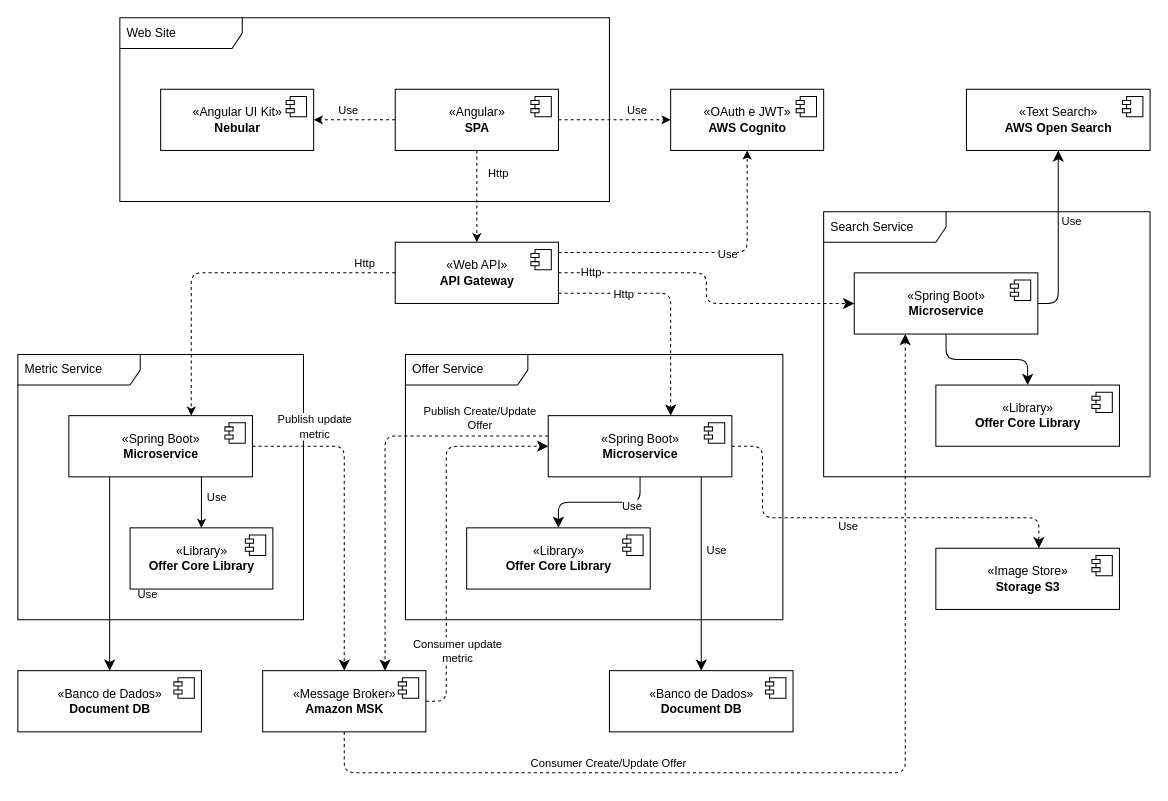
Earlier version of the draw.io diagram diagrama-componente.drawio (nelsonjunior/offer-documentacao). Source tidied: cells renumbered, new cells numbered last; positions are measured from the earlier drawing's top-left corner, leaving out a move shared by most shapes. Both pictures are drawn from the tidied source at 102%, with x=0, y=0 at pixel (17, 17).
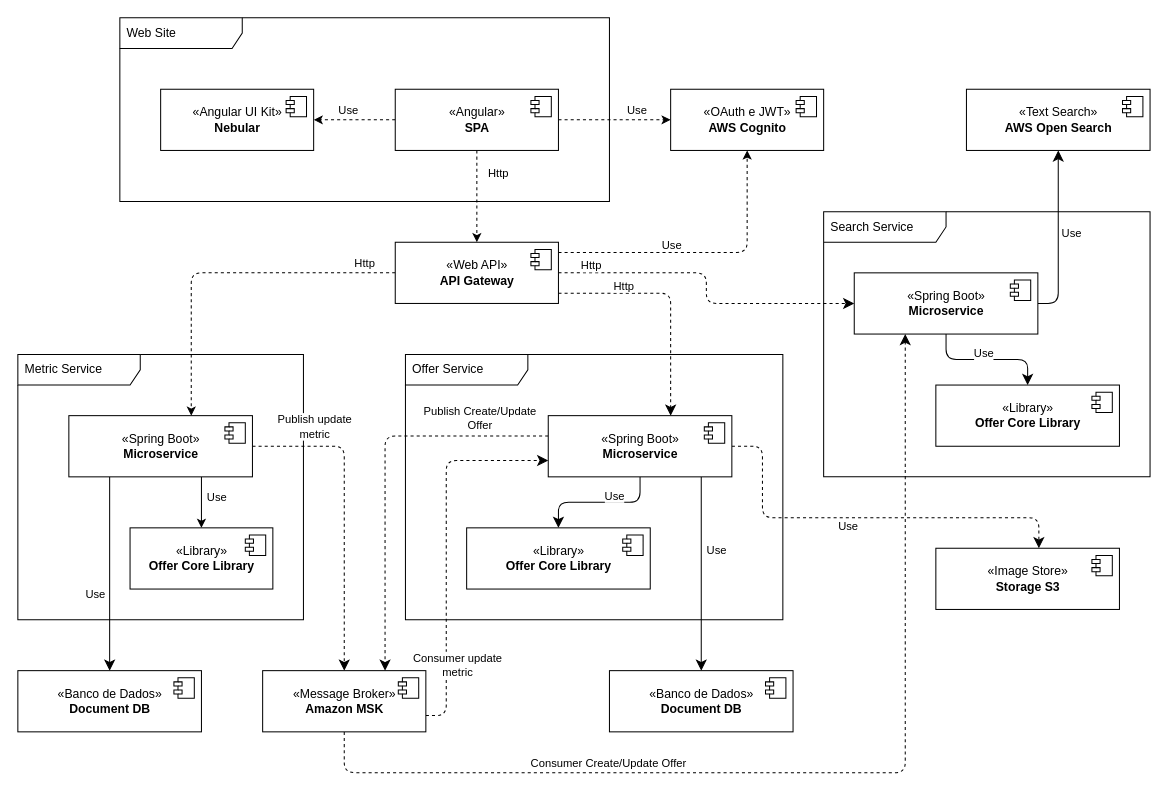
After the change.

Commit message (it also covers changes not shown here):
Ajuste diagrama de contexto

The change refers to these unchanged cells:
```xml
<mxCell id="15" style="edgeStyle=orthogonalEdgeStyle;html=1;dashed=1;" parent="1" edge="1" source="23" target="13">
  <mxGeometry relative="1" as="geometry">
    <Array as="points">
      <mxPoint x="715" y="230" />
    </Array>
  </mxGeometry>
</mxCell>
<mxCell id="19" style="edgeStyle=orthogonalEdgeStyle;html=1;endArrow=classic;endFill=1;endSize=8;dashed=1;" parent="1" edge="1" source="23" target="53">
  <mxGeometry relative="1" as="geometry">
    <Array as="points">
      <mxPoint x="640" y="270" />
    </Array>
  </mxGeometry>
</mxCell>
<mxCell id="21" style="edgeStyle=orthogonalEdgeStyle;html=1;endArrow=classic;endFill=1;endSize=8;dashed=1;" parent="1" edge="1" source="23" target="63">
  <mxGeometry relative="1" as="geometry" />
</mxCell>
<mxCell id="30" style="edgeStyle=orthogonalEdgeStyle;html=1;endArrow=classic;endFill=1;endSize=8;" parent="1" edge="1" source="32" target="42">
  <mxGeometry relative="1" as="geometry">
    <Array as="points">
      <mxPoint x="90" y="470" />
      <mxPoint x="90" y="470" />
    </Array>
  </mxGeometry>
</mxCell>
<mxCell id="40" value="«Message Broker»&lt;br&gt;&lt;b&gt;Amazon MSK&lt;/b&gt;" style="html=1;" parent="1" vertex="1">
  <mxGeometry x="240" y="640" width="160" height="60" as="geometry" />
</mxCell>
<mxCell id="45" style="edgeStyle=orthogonalEdgeStyle;html=1;endArrow=classic;endFill=1;endSize=8;" parent="1" edge="1" source="53" target="55">
  <mxGeometry relative="1" as="geometry" />
</mxCell>
<mxCell id="53" value="«Spring Boot»&lt;br&gt;&lt;b&gt;Microservice&lt;/b&gt;" style="html=1;" parent="1" vertex="1">
  <mxGeometry x="520" y="390" width="180" height="60" as="geometry" />
</mxCell>
<mxCell id="60" style="edgeStyle=orthogonalEdgeStyle;html=1;endArrow=classic;endFill=1;endSize=8;" parent="1" edge="1" source="63" target="67">
  <mxGeometry relative="1" as="geometry">
    <Array as="points">
      <mxPoint x="1020" y="280" />
    </Array>
  </mxGeometry>
</mxCell>
<mxCell id="62" style="edgeStyle=orthogonalEdgeStyle;html=1;endArrow=classic;endFill=1;endSize=8;" parent="1" edge="1" source="63" target="65">
  <mxGeometry relative="1" as="geometry" />
</mxCell>
```

What changed in the source:
```diff
@@
     <mxCell id="16" value="Use" style="edgeLabel;html=1;align=center;verticalAlign=middle;" parent="15" vertex="1">
       <mxGeometry x="0.16" y="-2" relative="1" as="geometry">
-        <mxPoint y="-1" as="offset" />
+        <mxPoint x="-55" y="-10" as="offset" />
       </mxGeometry>
     </mxCell>
@@
     <mxCell id="20" value="Http" style="edgeLabel;html=1;align=center;verticalAlign=middle;" parent="19" vertex="1">
       <mxGeometry x="-0.58" relative="1" as="geometry">
-        <mxPoint x="15" as="offset" />
+        <mxPoint x="15" y="-8" as="offset" />
       </mxGeometry>
     </mxCell>
@@
     <mxCell id="22" value="Http" style="edgeLabel;html=1;align=center;verticalAlign=middle;" parent="21" vertex="1">
       <mxGeometry x="-0.74" y="1" relative="1" as="geometry">
-        <mxPoint x="-11" as="offset" />
+        <mxPoint x="-11" y="-7" as="offset" />
       </mxGeometry>
     </mxCell>
@@
     <mxCell id="31" value="Use" style="edgeLabel;html=1;align=center;verticalAlign=middle;" parent="30" vertex="1">
       <mxGeometry x="0.31" relative="1" as="geometry">
-        <mxPoint x="36" y="-10" as="offset" />
+        <mxPoint x="-15" y="-10" as="offset" />
       </mxGeometry>
     </mxCell>
@@
-    <mxCell id="36" style="edgeStyle=orthogonalEdgeStyle;html=1;dashed=1;endArrow=classic;endFill=1;endSize=8;" parent="1" edge="1" source="40" target="53">
+    <mxCell id="36" style="edgeStyle=orthogonalEdgeStyle;html=1;dashed=1;endArrow=classic;endFill=1;endSize=8;" parent="1" edge="1">
       <mxGeometry relative="1" as="geometry">
+        <mxPoint x="400" y="684" as="sourcePoint" />
+        <mxPoint x="520" y="434" as="targetPoint" />
         <Array as="points">
-          <mxPoint x="420" y="670" />
-          <mxPoint x="420" y="420" />
+          <mxPoint x="420" y="684" />
+          <mxPoint x="420" y="434" />
         </Array>
       </mxGeometry>
     </mxCell>
@@
     <mxCell id="46" value="Use" style="edgeLabel;html=1;align=center;verticalAlign=middle;" parent="45" vertex="1">
       <mxGeometry x="-0.26" y="2" relative="1" as="geometry">
-        <mxPoint x="14" y="1" as="offset" />
+        <mxPoint x="-3" y="-9" as="offset" />
       </mxGeometry>
     </mxCell>
@@
     <mxCell id="61" value="Use" style="edgeLabel;html=1;align=center;verticalAlign=middle;" parent="60" vertex="1">
       <mxGeometry x="0.47" y="1" relative="1" as="geometry">
-        <mxPoint x="13" y="24" as="offset" />
+        <mxPoint x="13" y="35" as="offset" />
       </mxGeometry>
     </mxCell>
@@
+    <mxCell id="71" value="Use" style="edgeLabel;html=1;align=center;verticalAlign=middle;" parent="62" vertex="1">
+      <mxGeometry x="-0.06" y="2" relative="1" as="geometry">
+        <mxPoint y="-5" as="offset" />
+      </mxGeometry>
+    </mxCell>
```
